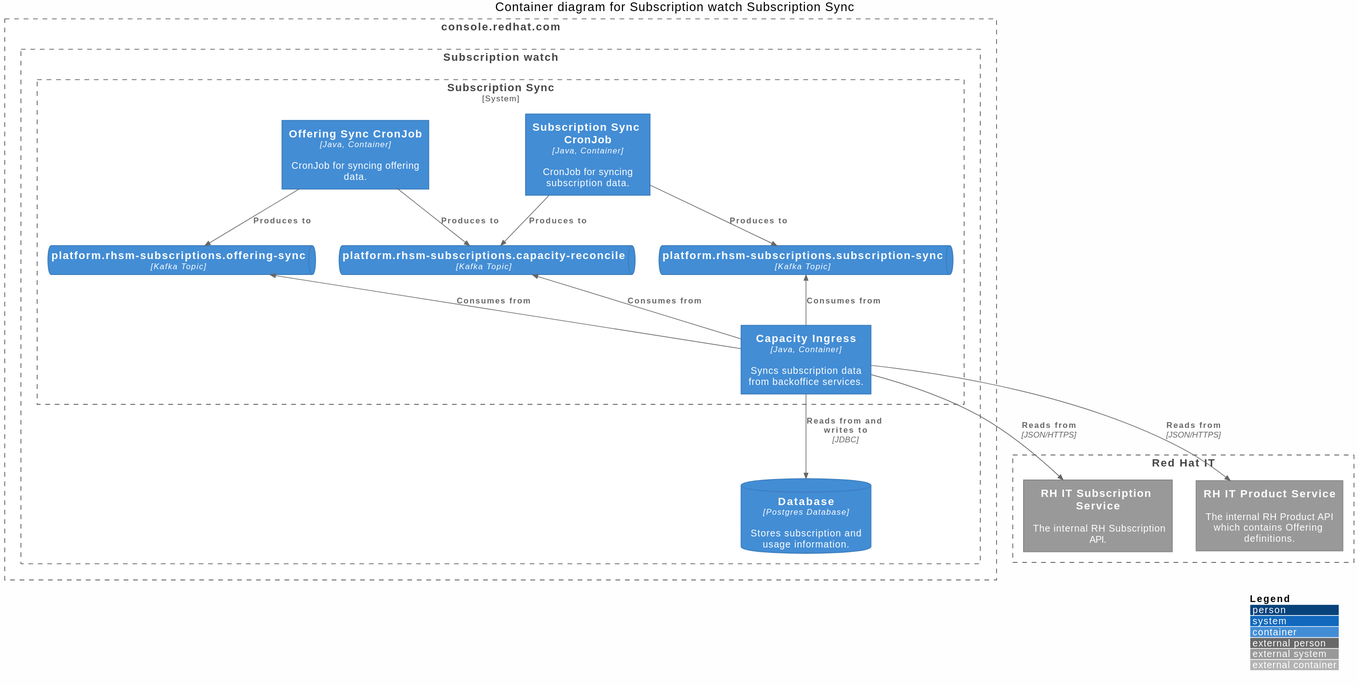
Earlier version of the PlantUML export docs/container-subscription-sync.svg (RedHatInsights/rhsm-subscriptions).
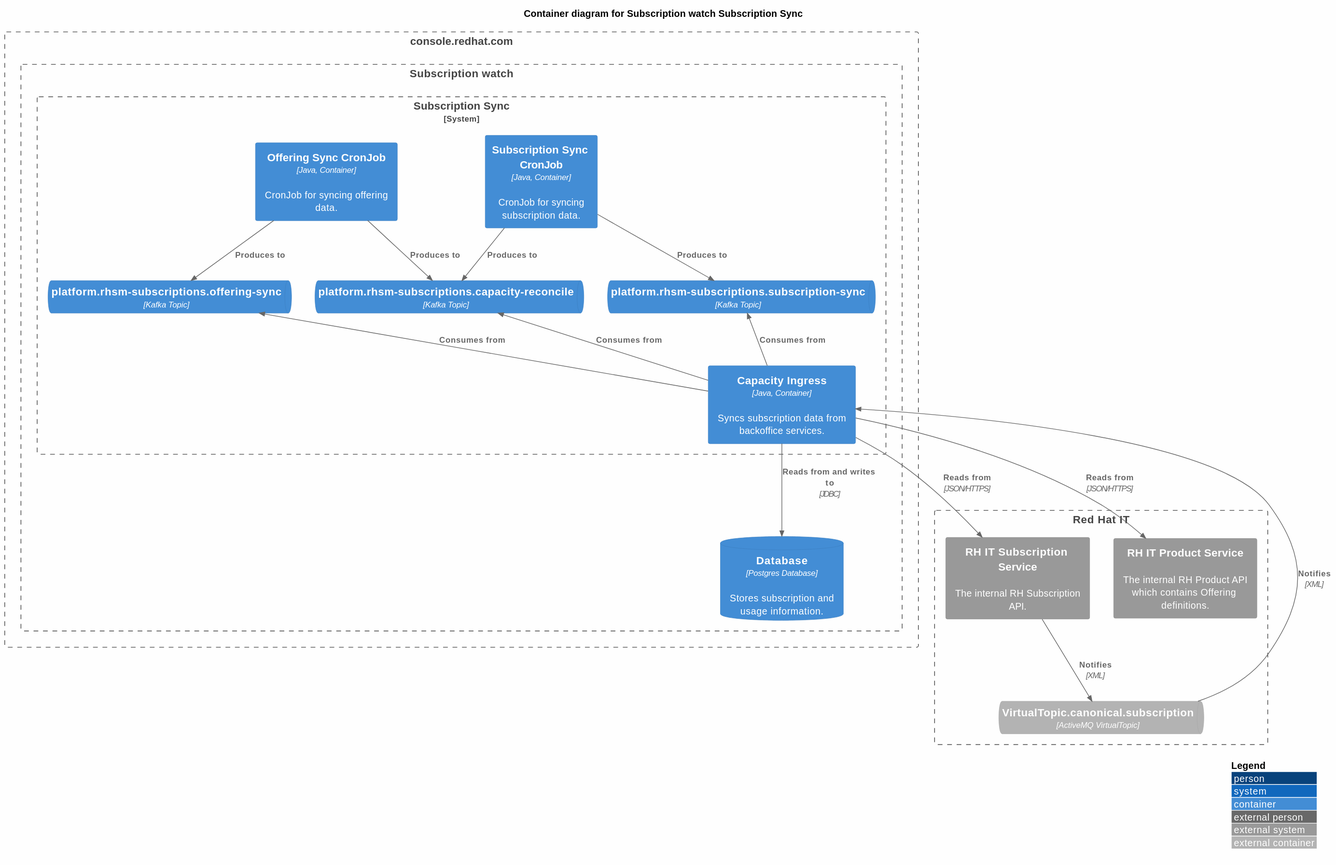
After the change.

The edit, as a diff of the source:
```diff
@@ -24,6 +24,7 @@
 Boundary(rhit, "Red Hat IT") {
   System_Ext(rhit_subscriptions, "RH IT Subscription Service", "The internal RH Subscription API.")
   System_Ext(rhit_product, "RH IT Product Service", "The internal RH Product API which contains Offering definitions.")
+  ContainerQueue_Ext(rhit_umb_subscription, "VirtualTopic.canonical.subscription", "ActiveMQ VirtualTopic")
 }
 
 Rel(subscription_sync_job, subscription_sync_tasks, "Produces to")
@@ -35,5 +36,7 @@
 Rel_Back(offering_sync_tasks, capacity_ingress, "Consumes from")
 Rel(capacity_ingress, db, "Reads from and writes to", "JDBC")
 Rel(capacity_ingress, rhit_subscriptions, "Reads from", "JSON/HTTPS")
+Rel_Back(capacity_ingress, rhit_umb_subscription, "Notifies", "XML")
 Rel(capacity_ingress, rhit_product, "Reads from", "JSON/HTTPS")
+Rel(rhit_subscriptions, rhit_umb_subscription, "Notifies", "XML")
 @enduml
```
